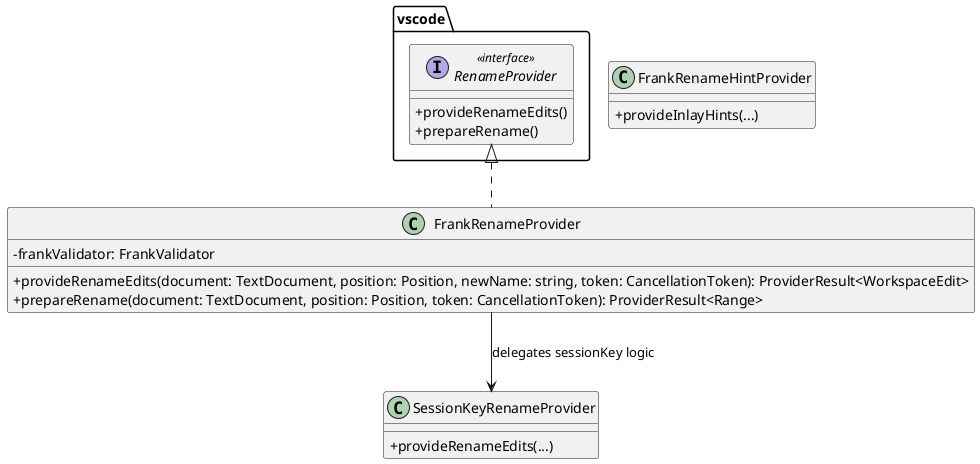
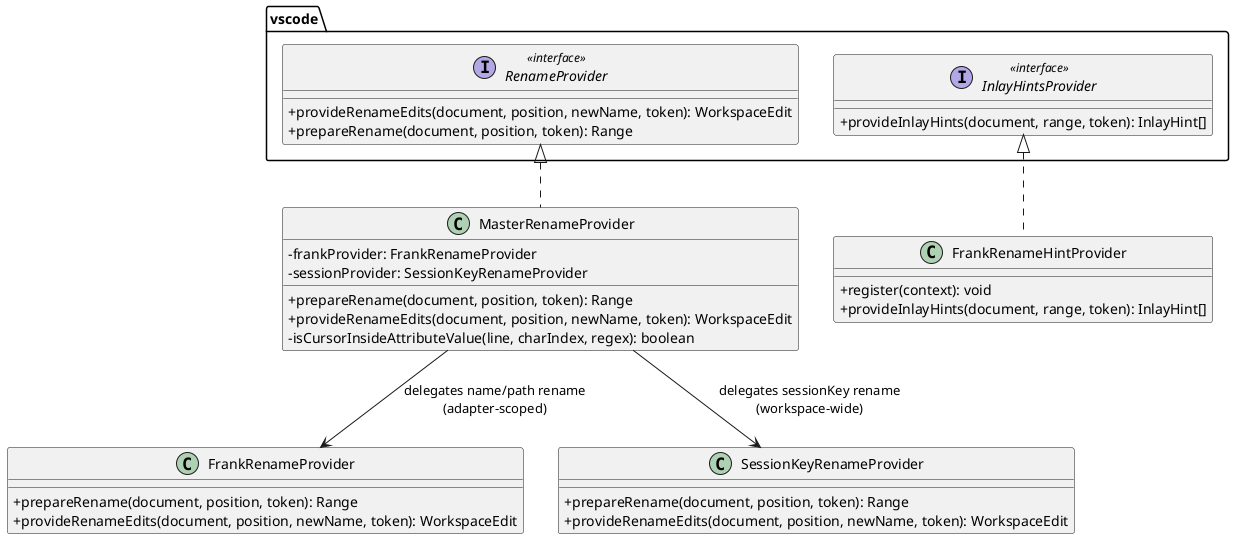
@startuml
skinparam classAttributeIconSize 0

- interface vscode.RenameProvider <<interface>> {
-     +provideRenameEdits()
-     +prepareRename()
+ interface "vscode.RenameProvider" <<interface>> {
+     +provideRenameEdits(document, position, newName, token): WorkspaceEdit
+     +prepareRename(document, position, token): Range
+ }
+ 
+ interface "vscode.InlayHintsProvider" <<interface>> {
+     +provideInlayHints(document, range, token): InlayHint[]
+ }
+ 
+ class MasterRenameProvider {
+     -frankProvider: FrankRenameProvider
+     -sessionProvider: SessionKeyRenameProvider
+     +prepareRename(document, position, token): Range
+     +provideRenameEdits(document, position, newName, token): WorkspaceEdit
+     -isCursorInsideAttributeValue(line, charIndex, regex): boolean
}

class FrankRenameProvider {
-     -frankValidator: FrankValidator
-     +provideRenameEdits(document: TextDocument, position: Position, newName: string, token: CancellationToken): ProviderResult<WorkspaceEdit>
-     +prepareRename(document: TextDocument, position: Position, token: CancellationToken): ProviderResult<Range>
+     +prepareRename(document, position, token): Range
+     +provideRenameEdits(document, position, newName, token): WorkspaceEdit
}

class SessionKeyRenameProvider {
-     +provideRenameEdits(...)
+     +prepareRename(document, position, token): Range
+     +provideRenameEdits(document, position, newName, token): WorkspaceEdit
}

class FrankRenameHintProvider {
-     +provideInlayHints(...)
+     +register(context): void
+     +provideInlayHints(document, range, token): InlayHint[]
}

- vscode.RenameProvider <|.. FrankRenameProvider
- FrankRenameProvider --> SessionKeyRenameProvider : delegates sessionKey logic
- @enduml+ "vscode.RenameProvider" <|.. MasterRenameProvider
+ MasterRenameProvider --> FrankRenameProvider : delegates name/path rename\n(adapter-scoped)
+ MasterRenameProvider --> SessionKeyRenameProvider : delegates sessionKey rename\n(workspace-wide)
+ "vscode.InlayHintsProvider" <|.. FrankRenameHintProvider
+ @enduml
